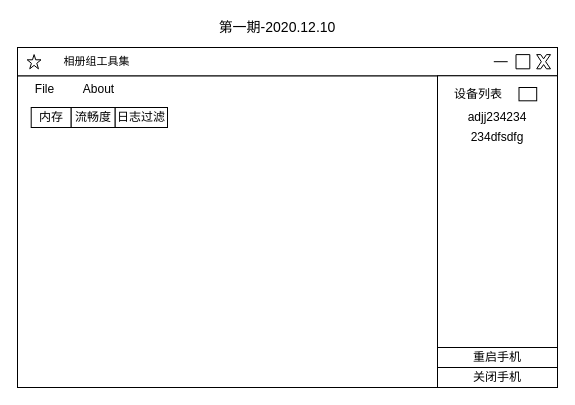
Earlier version of the draw.io diagram xiaomi_pc_tools.drawio (cadi2015/drawIO). Source tidied: cells renumbered, new cells numbered last; positions are measured from the earlier drawing's top-left corner, leaving out a move shared by most shapes. Both pictures are drawn from the tidied source at 100%, with x=0, y=0 at pixel (17, 17).
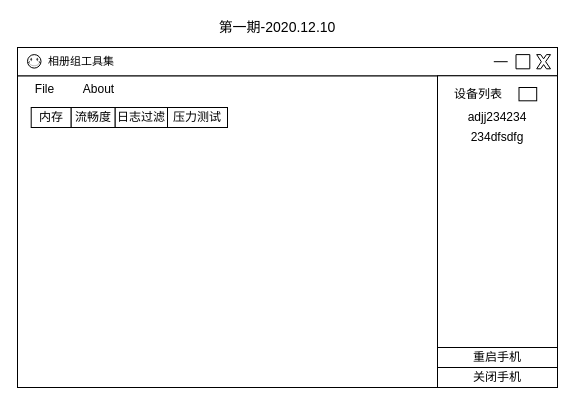
The same diagram, later.

The change refers to these unchanged cells:
```xml
<mxCell id="3" style="group;" parent="1" vertex="1">
  <mxGeometry y="30" width="540" height="340" as="geometry" />
</mxCell>
```

Diff of the diagram source:
```diff
@@
-    <mxCell id="9" style="verticalLabelPosition=bottom;verticalAlign=top;html=1;shape=mxgraph.basic.star;" parent="3" vertex="1">
-      <mxGeometry x="9.7" y="7.1" width="13.8" height="14.2" as="geometry" />
-    </mxCell>
     <mxCell id="10" value="&lt;font style=&quot;font-size: 11px&quot;&gt;相册组工具集&lt;/font&gt;" style="text;html=1;strokeColor=none;fillColor=none;align=center;verticalAlign=middle;whiteSpace=wrap;rounded=0;" parent="3" vertex="1">
-      <mxGeometry x="23.5" width="110.8" height="28.3" as="geometry" />
+      <mxGeometry x="24.5" width="77.8" height="28.3" as="geometry" />
     </mxCell>
@@
+    <mxCell id="23" style="verticalLabelPosition=bottom;verticalAlign=top;html=1;shape=mxgraph.basic.smiley;" parent="3" vertex="1">
+      <mxGeometry x="10" y="7.1" width="13.5" height="13.5" as="geometry" />
+    </mxCell>
+    <mxCell id="24" value="压力测试" style="rounded=0;whiteSpace=wrap;html=1;" parent="3" vertex="1">
+      <mxGeometry x="150" y="60" width="60" height="20" as="geometry" />
+    </mxCell>
```
